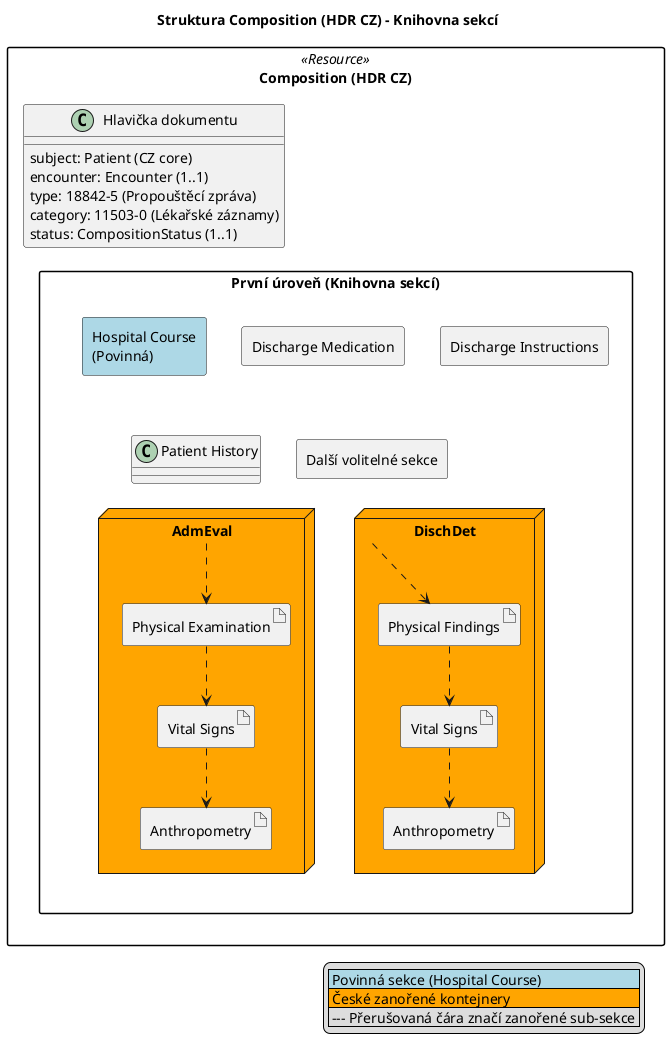
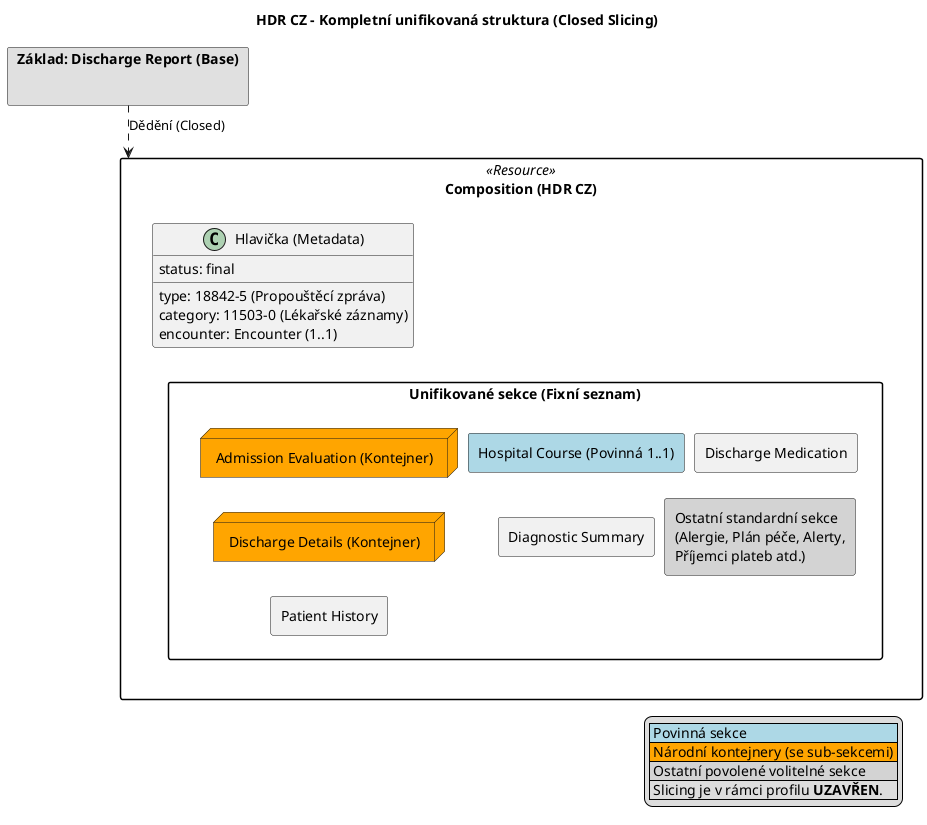
@startuml
- ' Povolení kombinace různých typů prvků
allowmixing

- skinparam handwritten false
skinparam packageStyle rect
skinparam defaultFontName Arial
+ skinparam shadowing false
+ skinparam Nodesep 10
+ skinparam Ranksep 20

- title Struktura Composition (HDR CZ) - Knihovna sekcí
+ title HDR CZ - Kompletní unifikovaná struktura (Closed Slicing)

- package "Composition (HDR CZ)" <<Resource>> {
+ package "Základ: Discharge Report (Base)" as Base #E0E0E0 {
+ }

-     class "Hlavička dokumentu" as Header {
-         subject: Patient (CZ core)
-         encounter: Encounter (1..1)
+ package "Composition (HDR CZ)" as HDR <<Resource>> {
+ 
+     class "Hlavička (Metadata)" as Header {
        type: 18842-5 (Propouštěcí zpráva)
        category: 11503-0 (Lékařské záznamy)
-         status: CompositionStatus (1..1)
+         encounter: Encounter (1..1)
+         status: final
    }

-     package "První úroveň (Knihovna sekcí)" as Level1 {
+     package "Unifikované sekce (Fixní seznam)" as Sections {
+         ' Povinná
+         rectangle "Hospital Course (Povinná 1..1)" as HospCourse #ADD8E6

-         ' 1. ŘADA: Hlavní a fixní sekce
-         rectangle "Hospital Course\n(Povinná)" as HospCourse #ADD8E6
+         ' Klíčové volitelné kontejnery
+         node "Admission Evaluation (Kontejner)" as AdmEval #FFA500
+         node "Discharge Details (Kontejner)" as DischDet #FFA500
+ 
+         ' Výběr běžných volitelných sekcí
+         rectangle "Patient History" as PatHist
        rectangle "Discharge Medication" as DischMed
-         rectangle "Discharge Instructions" as DischInst
+         rectangle "Diagnostic Summary" as DiagSum

-         ' Vynucení zalomení na další řadu
-         HospCourse -[hidden]down-> PatHist
- 
-         ' 2. ŘADA: Další standardní sekce
-         rectangle "Patient History" as PatHist
-         rectangle "Další volitelné sekce" as OtherSections
- 
-         ' Vynucení zalomení pod druhou řadu pro kontejnery
-         PatHist -[hidden]down-> AdmEval
-         OtherSections -[hidden]down-> DischDet
- 
-         ' 3. ŘADA: České kontejnery (vnitřní prvky řazeny svisle dolů)
-         node "Admission Evaluation\n(Kontejner)" as AdmEval #FFA500 {
-             artifact "Physical Examination" as AdmPhys
-             artifact "Vital Signs" as AdmVit
-             artifact "Anthropometry" as AdmAnt
-         }
- 
-         node "Discharge Details\n(Kontejner)" as DischDet #FFA500 {
-             artifact "Physical Findings" as DischFindings
-             artifact "Vital Signs" as DischVit
-             artifact "Anthropometry" as DischAnt
-         }
+         ' Blok pro ostatní povolené sekce dle IG
+         rectangle "Ostatní standardní sekce\n(Alergie, Plán péče, Alerty,\nPříjemci plateb atd.)" as Other #D3D3D3
    }
}

- ' Definice logických vazeb a zanoření (svislé uspořádání)
- Header -[hidden]down-> Level1
+ ' Vazby
+ Base -[dashed]down-> HDR : "Dědění (Closed)"
+ Header -[hidden]down-> Sections

- HospCourse -[hidden]right-> DischMed
- DischMed -[hidden]right-> DischInst
- PatHist -[hidden]right-> OtherSections
- AdmEval -[hidden]right-> DischDet
+ AdmEval -[hidden]down-> DischDet
+ DischDet -[hidden]down-> PatHist

- AdmEval -[dashed]down-> AdmPhys
- AdmPhys -[dashed]down-> AdmVit
- AdmVit -[dashed]down-> AdmAnt
- 
- DischDet -[dashed]down-> DischFindings
- DischFindings -[dashed]down-> DischVit
- DischVit -[dashed]down-> DischAnt
- 
- ' Legenda
legend right
-   <#ADD8E6>| Povinná sekce (Hospital Course) |
-   <#FFA500>| České zanořené kontejnery |
-   | --- Přerušovaná čára značí zanořené sub-sekce |
+   <#ADD8E6>| Povinná sekce |
+   <#FFA500>| Národní kontejnery (se sub-sekcemi) |
+   <#D3D3D3>| Ostatní povolené volitelné sekce |
+   | Slicing je v rámci profilu **UZAVŘEN**. |
endlegend
- 
@enduml